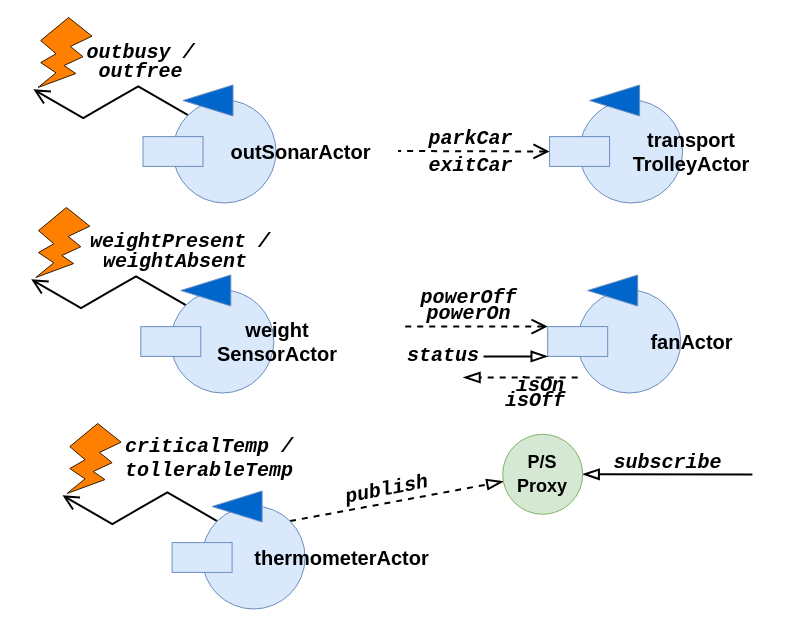
This is userDocs/img/problem_analysis_entities.drawio from LM-96/ParkManagerService, a draw.io file, before an edit. Source tidied: cells renumbered, new cells numbered last; positions are measured from the earlier drawing's top-left corner, leaving out a move shared by most shapes. Both pictures are drawn from the tidied source at 100%, with x=0, y=0 at pixel (35, 17).
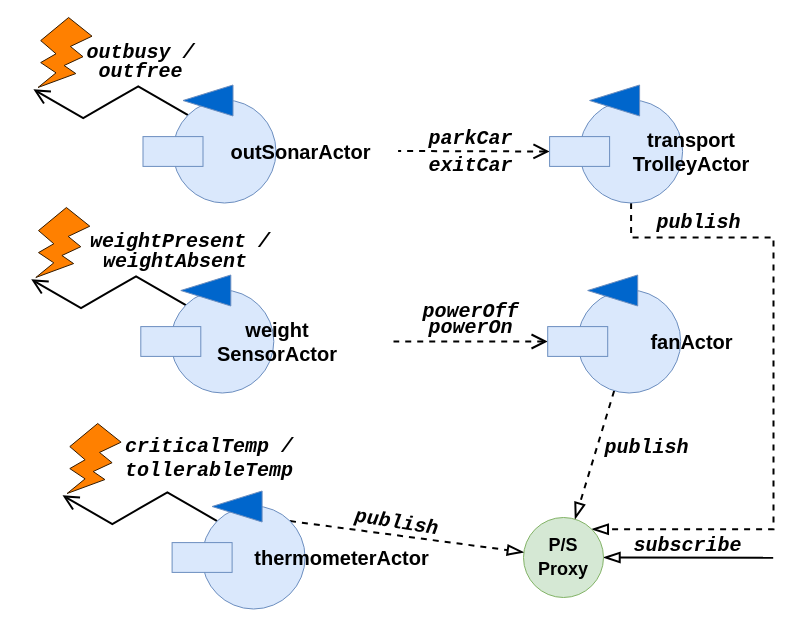
The same page after the edit.

The change refers to these unchanged cells:
```xml
<mxCell id="24" style="ellipse;whiteSpace=wrap;html=1;fillColor=#dae8fc;fontStyle=1;fontFamily=Courier New;fontSize=20;strokeColor=#6c8ebf;" parent="1" vertex="1">
  <mxGeometry x="542.2" y="272.5" width="103" height="103" as="geometry" />
</mxCell>
<mxCell id="27" style="rounded=0;whiteSpace=wrap;html=1;fillColor=#dae8fc;strokeColor=#6c8ebf;" parent="1" vertex="1">
  <mxGeometry x="512.2" y="309.1" width="60" height="29.8" as="geometry" />
</mxCell>
<mxCell id="31" style="ellipse;whiteSpace=wrap;html=1;fillColor=#dae8fc;fontStyle=1;fontFamily=Courier New;fontSize=20;strokeColor=#6c8ebf;" parent="1" vertex="1">
  <mxGeometry x="544.1" y="82.5" width="103" height="103" as="geometry" />
</mxCell>
```

Change to the diagram source:
```diff
@@
+    <mxCell id="49" style="rounded=0;jettySize=auto;html=1;dashed=1;endArrow=blockThin;endFill=0;endSize=12;strokeWidth=2;" parent="1" edge="1" source="24" target="39">
+      <mxGeometry relative="1" as="geometry" />
+    </mxCell>
@@
-    <mxCell id="26" style="rounded=0;jettySize=auto;html=1;exitX=0;exitY=0;exitDx=0;exitDy=0;fontFamily=Courier New;fontSize=20;endArrow=none;endFill=0;endSize=12;strokeWidth=2;dashed=1;startArrow=open;startFill=0;startSize=12;entryX=0;entryY=1;entryDx=0;entryDy=0;" parent="1" edge="1" source="27" target="29">
-      <mxGeometry relative="1" as="geometry" />
+    <mxCell id="26" style="rounded=0;jettySize=auto;html=1;exitX=0;exitY=0.5;exitDx=0;exitDy=0;fontFamily=Courier New;fontSize=20;endArrow=none;endFill=0;endSize=12;strokeWidth=2;dashed=1;startArrow=open;startFill=0;startSize=12;" parent="1" edge="1" source="27">
+      <mxGeometry relative="1" as="geometry">
+        <mxPoint x="358" y="324" as="targetPoint" />
+      </mxGeometry>
     </mxCell>
@@
     <mxCell id="29" value="powerOn" style="text;html=1;strokeColor=none;fillColor=none;align=center;verticalAlign=middle;whiteSpace=wrap;rounded=0;fontStyle=3;fontFamily=Courier New;fontSize=20;labelBackgroundColor=none;labelBorderColor=none;" parent="1" vertex="1">
-      <mxGeometry x="368" y="282.1" width="131" height="27" as="geometry" />
+      <mxGeometry x="369.9" y="296.1" width="131" height="27" as="geometry" />
     </mxCell>
     <mxCell id="30" value="powerOff" style="text;html=1;strokeColor=none;fillColor=none;align=center;verticalAlign=middle;whiteSpace=wrap;rounded=0;fontStyle=3;fontFamily=Courier New;fontSize=20;labelBackgroundColor=none;labelBorderColor=none;" parent="1" vertex="1">
-      <mxGeometry x="368" y="266" width="131" height="27" as="geometry" />
+      <mxGeometry x="369.9" y="280" width="131" height="27" as="geometry" />
     </mxCell>
+    <mxCell id="50" style="edgeStyle=orthogonalEdgeStyle;rounded=0;jettySize=auto;html=1;entryX=1;entryY=0;entryDx=0;entryDy=0;dashed=1;endArrow=blockThin;endFill=0;endSize=12;strokeWidth=2;" parent="1" edge="1" source="31" target="39">
+      <mxGeometry relative="1" as="geometry">
+        <Array as="points">
+          <mxPoint x="596" y="220" />
+          <mxPoint x="738" y="220" />
+          <mxPoint x="738" y="512" />
+        </Array>
+      </mxGeometry>
+    </mxCell>
@@
     <mxCell id="38" style="edgeStyle=none;rounded=0;jettySize=auto;html=1;fontFamily=Courier New;fontSize=18;startArrow=blockThin;startFill=0;endArrow=none;endFill=0;startSize=12;endSize=12;strokeWidth=2;" parent="1" edge="1" source="39">
       <mxGeometry relative="1" as="geometry">
-        <mxPoint x="716.9" y="457" as="targetPoint" />
+        <mxPoint x="737.7" y="540.2" as="targetPoint" />
       </mxGeometry>
     </mxCell>
     <mxCell id="39" value="&lt;span style=&quot;color: rgb(0 , 0 , 0) ; font-family: &amp;#34;helvetica&amp;#34; ; font-size: 18px ; font-style: normal ; font-weight: 700 ; letter-spacing: normal ; text-align: center ; text-indent: 0px ; text-transform: none ; word-spacing: 0px ; display: inline ; float: none&quot;&gt;P/S&lt;/span&gt;&lt;br style=&quot;color: rgb(0 , 0 , 0) ; font-family: &amp;#34;helvetica&amp;#34; ; font-size: 18px ; font-style: normal ; font-weight: 700 ; letter-spacing: normal ; text-align: center ; text-indent: 0px ; text-transform: none ; word-spacing: 0px&quot;&gt;&lt;span style=&quot;color: rgb(0 , 0 , 0) ; font-family: &amp;#34;helvetica&amp;#34; ; font-size: 18px ; font-style: normal ; font-weight: 700 ; letter-spacing: normal ; text-align: center ; text-indent: 0px ; text-transform: none ; word-spacing: 0px ; display: inline ; float: none&quot;&gt;Proxy&lt;/span&gt;" style="ellipse;whiteSpace=wrap;html=1;labelBackgroundColor=none;fontFamily=Courier New;fontSize=20;strokeColor=#82b366;fillColor=#d5e8d4;" parent="1" vertex="1">
-      <mxGeometry x="467.2" y="416.8" width="80" height="80" as="geometry" />
+      <mxGeometry x="488" y="500" width="80" height="80" as="geometry" />
     </mxCell>
-    <mxCell id="40" value="publish" style="text;html=1;strokeColor=none;fillColor=none;align=center;verticalAlign=middle;whiteSpace=wrap;rounded=0;fontStyle=3;fontFamily=Courier New;fontSize=20;labelBackgroundColor=none;labelBorderColor=none;rotation=349;" parent="1" vertex="1">
-      <mxGeometry x="285.7" y="458.5" width="131" height="27" as="geometry" />
+    <mxCell id="40" value="publish" style="text;html=1;strokeColor=none;fillColor=none;align=center;verticalAlign=middle;whiteSpace=wrap;rounded=0;fontStyle=3;fontFamily=Courier New;fontSize=20;labelBackgroundColor=none;labelBorderColor=none;rotation=9;" parent="1" vertex="1">
+      <mxGeometry x="296" y="491.8" width="131" height="27" as="geometry" />
     </mxCell>
     <mxCell id="41" value="subscribe" style="text;html=1;strokeColor=none;fillColor=none;align=center;verticalAlign=middle;whiteSpace=wrap;rounded=0;fontStyle=3;fontFamily=Courier New;fontSize=20;labelBackgroundColor=none;labelBorderColor=none;" parent="1" vertex="1">
-      <mxGeometry x="566.5" y="431.5" width="131" height="27" as="geometry" />
+      <mxGeometry x="587.3" y="514.8" width="131" height="27" as="geometry" />
     </mxCell>
@@
-    <mxCell id="44" style="endArrow=blockThin;html=1;endFill=0;endSize=12;strokeWidth=2;entryX=0;entryY=1;entryDx=0;entryDy=0;" parent="1" edge="1" target="27">
-      <mxGeometry relative="1" as="geometry">
-        <mxPoint x="448" y="339" as="sourcePoint" />
-      </mxGeometry>
-    </mxCell>
-    <mxCell id="45" style="endArrow=blockThin;html=1;endFill=0;endSize=12;strokeWidth=2;dashed=1;" parent="1" edge="1">
-      <mxGeometry relative="1" as="geometry">
-        <mxPoint x="542.2" y="360" as="sourcePoint" />
-        <mxPoint x="428" y="360" as="targetPoint" />
-      </mxGeometry>
-    </mxCell>
-    <mxCell id="46" value="status" style="text;html=1;strokeColor=none;fillColor=none;align=center;verticalAlign=middle;whiteSpace=wrap;rounded=0;fontStyle=3;fontFamily=Courier New;fontSize=20;labelBackgroundColor=none;labelBorderColor=none;" parent="1" vertex="1">
-      <mxGeometry x="361.6" y="324" width="92.3" height="27" as="geometry" />
-    </mxCell>
-    <mxCell id="47" value="isOn" style="text;html=1;strokeColor=none;fillColor=none;align=center;verticalAlign=middle;whiteSpace=wrap;rounded=0;fontStyle=3;fontFamily=Courier New;fontSize=20;labelBackgroundColor=none;labelBorderColor=none;" parent="1" vertex="1">
-      <mxGeometry x="458.9" y="354.5" width="92.3" height="27" as="geometry" />
-    </mxCell>
-    <mxCell id="48" value="isOff" style="text;html=1;strokeColor=none;fillColor=none;align=center;verticalAlign=middle;whiteSpace=wrap;rounded=0;fontStyle=3;fontFamily=Courier New;fontSize=20;labelBackgroundColor=none;labelBorderColor=none;" parent="1" vertex="1">
-      <mxGeometry x="453.9" y="369" width="92.3" height="27" as="geometry" />
-    </mxCell>
+    <mxCell id="51" value="publish" style="text;html=1;strokeColor=none;fillColor=none;align=center;verticalAlign=middle;whiteSpace=wrap;rounded=0;fontStyle=3;fontFamily=Courier New;fontSize=20;labelBackgroundColor=none;labelBorderColor=none;rotation=0;" parent="1" vertex="1">
+      <mxGeometry x="546.2" y="416.8" width="131" height="27" as="geometry" />
+    </mxCell>
+    <mxCell id="52" value="publish" style="text;html=1;strokeColor=none;fillColor=none;align=center;verticalAlign=middle;whiteSpace=wrap;rounded=0;fontStyle=3;fontFamily=Courier New;fontSize=20;labelBackgroundColor=none;labelBorderColor=none;rotation=0;" parent="1" vertex="1">
+      <mxGeometry x="597.6" y="191.5" width="131" height="27" as="geometry" />
+    </mxCell>
```
